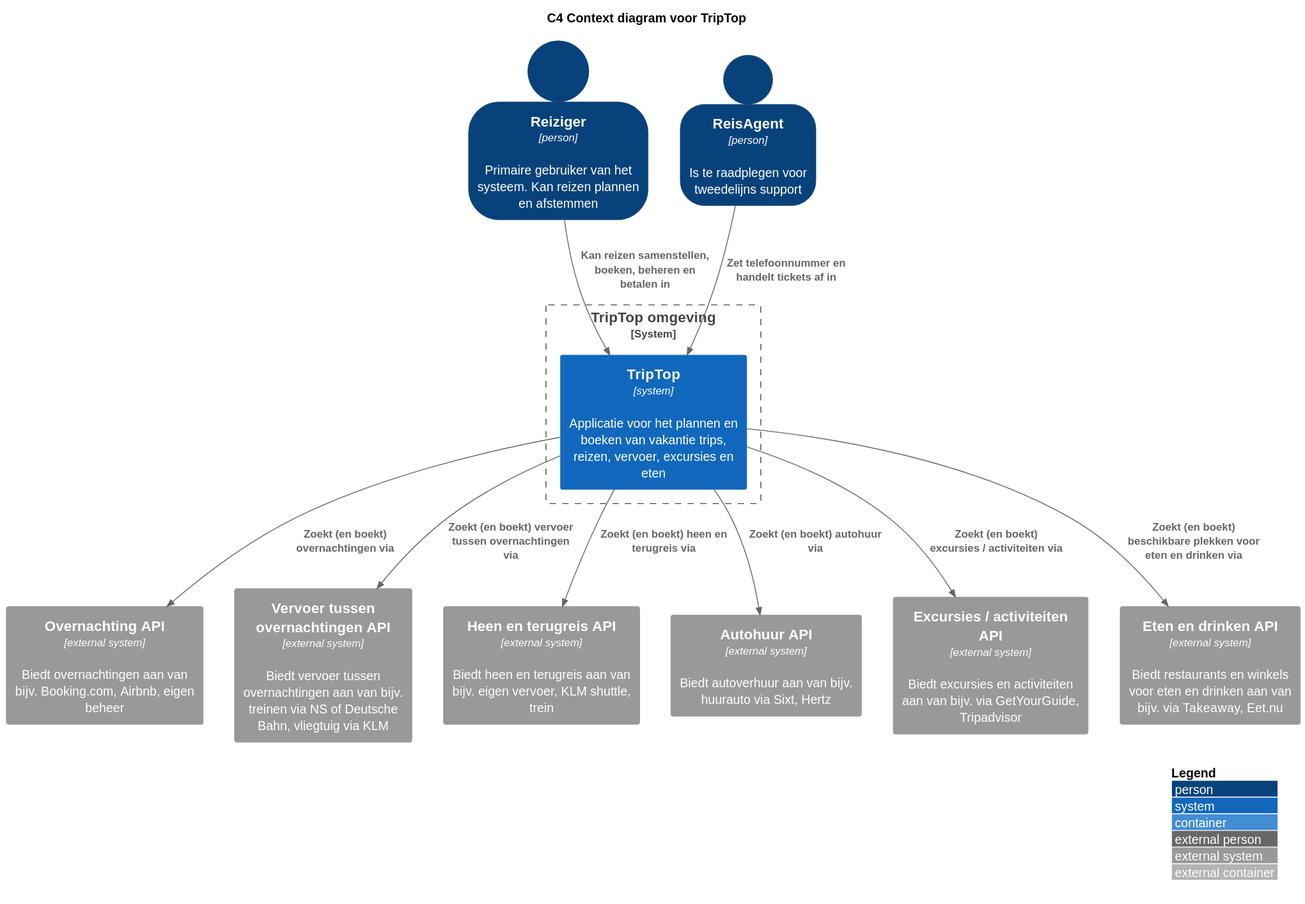
Above: software-guidebook/context-diagram-C4_Context_diagram_voor_TripTop.svg in AIM-ENE-feb25/triptop-groep-4-jochem-roald-stijn-a (PlantUML), before the change.
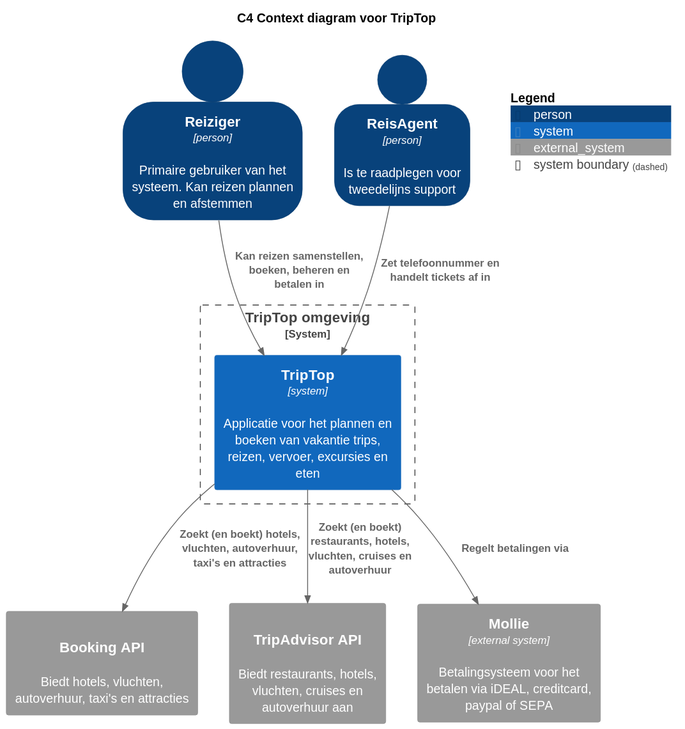
After the commit.

Change to the diagram source:
```diff
@@ -4,7 +4,6 @@
 
 top to bottom direction
 
-LAYOUT_WITH_LEGEND()
 SHOW_PERSON_OUTLINE()
 
 Person(reiziger, "Reiziger", "Primaire gebruiker van het systeem. Kan reizen plannen en afstemmen", $type="person")
@@ -17,17 +16,13 @@
 Rel(reiziger, triptop, "Kan reizen samenstellen, boeken, beheren en betalen in")
 Rel(reisagent, triptop, "Zet telefoonnummer en handelt tickets af in")
 
-System_Ext(overnachting, "Overnachting API", "Biedt overnachtingen aan van bijv. Booking.com, Airbnb, eigen beheer", $type="external system")
-System_Ext(vervoer, "Vervoer tussen overnachtingen API", "Biedt vervoer tussen overnachtingen aan van bijv. treinen via NS of Deutsche Bahn, vliegtuig via KLM", $type="external system")
-System_Ext(reis, "Heen en terugreis API", "Biedt heen en terugreis aan van bijv. eigen vervoer, KLM shuttle, trein", $type="external system")
-System_Ext(autohuur, "Autohuur API", "Biedt autoverhuur aan van bijv. huurauto via Sixt, Hertz", $type="external system")
-System_Ext(activiteiten, "Excursies / activiteiten API", "Biedt excursies en activiteiten aan van bijv. via GetYourGuide, Tripadvisor", $type="external system")
-System_Ext(eten, "Eten en drinken API", "Biedt restaurants en winkels voor eten en drinken aan van bijv. via Takeaway, Eet.nu", $type="external system")
+System_Ext(booking, "Booking API", "Biedt hotels, vluchten, autoverhuur, taxi's en attracties", "REST")
+System_Ext(tripadvisor, "TripAdvisor API", "Biedt restaurants, hotels, vluchten, cruises en autoverhuur aan", "REST")
+System_Ext(mollie, "Mollie", "Betalingsysteem voor het betalen via iDEAL, creditcard, paypal of SEPA", $type="external system")
 
-Rel(triptop, overnachting, "Zoekt (en boekt) overnachtingen via")
-Rel(triptop, vervoer, "Zoekt (en boekt) vervoer tussen overnachtingen via")
-Rel(triptop, reis, "Zoekt (en boekt) heen en terugreis via")
-Rel(triptop, autohuur, "Zoekt (en boekt) autohuur via")
-Rel(triptop, activiteiten, "Zoekt (en boekt) excursies / activiteiten via")
-Rel(triptop, eten, "Zoekt (en boekt) beschikbare plekken voor eten en drinken via")
+Rel(triptop, booking, "Zoekt (en boekt) hotels, vluchten, autoverhuur, taxi's en attracties")
+Rel(triptop, tripadvisor, "Zoekt (en boekt) restaurants, hotels, vluchten, cruises en autoverhuur")
+Rel(triptop, mollie, "Regelt betalingen via")
+
+SHOW_FLOATING_LEGEND()
 @enduml
```
